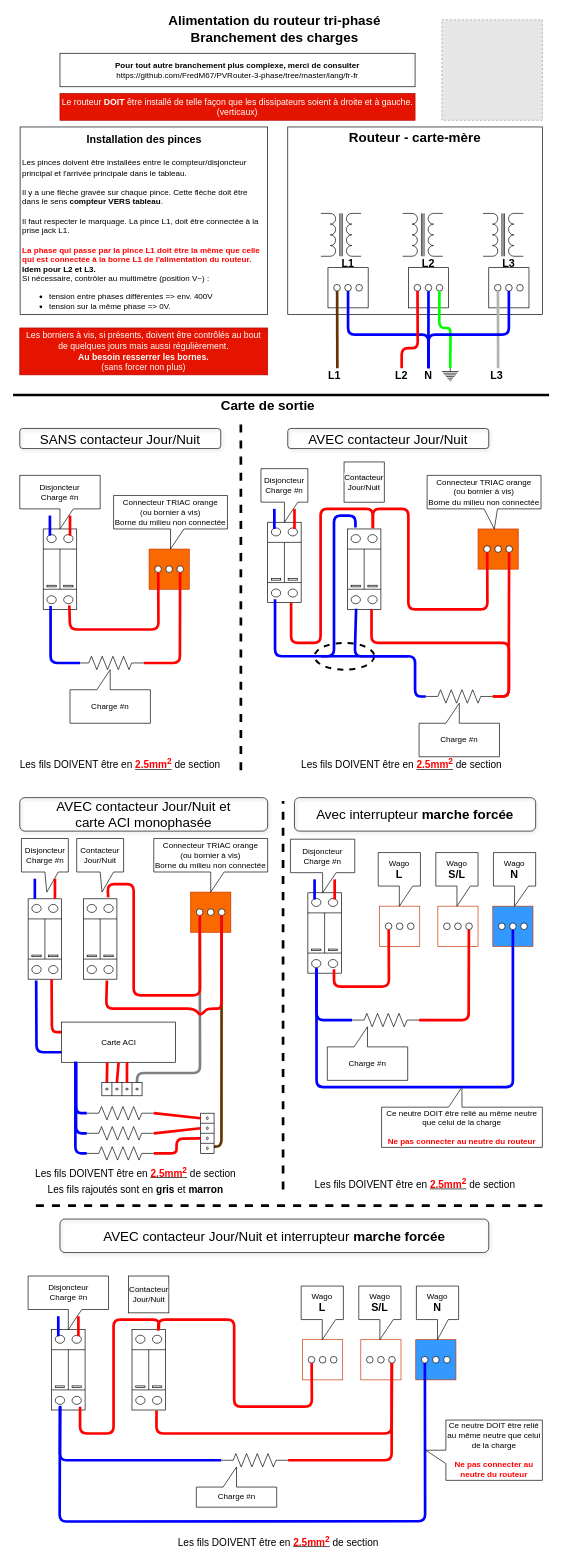
Before: docs/HowToInstall.drawio in FredM67/PVRouter-3-phase, a draw.io diagram. Source tidied: cells renumbered, new cells numbered last; positions are measured from the earlier drawing's top-left corner, leaving out a move shared by most shapes. Both pictures are drawn from the tidied source at 67%, with x=0, y=0 at pixel (13, 11). Pictures stored in the file or linked from it are replaced by grey dashed boxes.
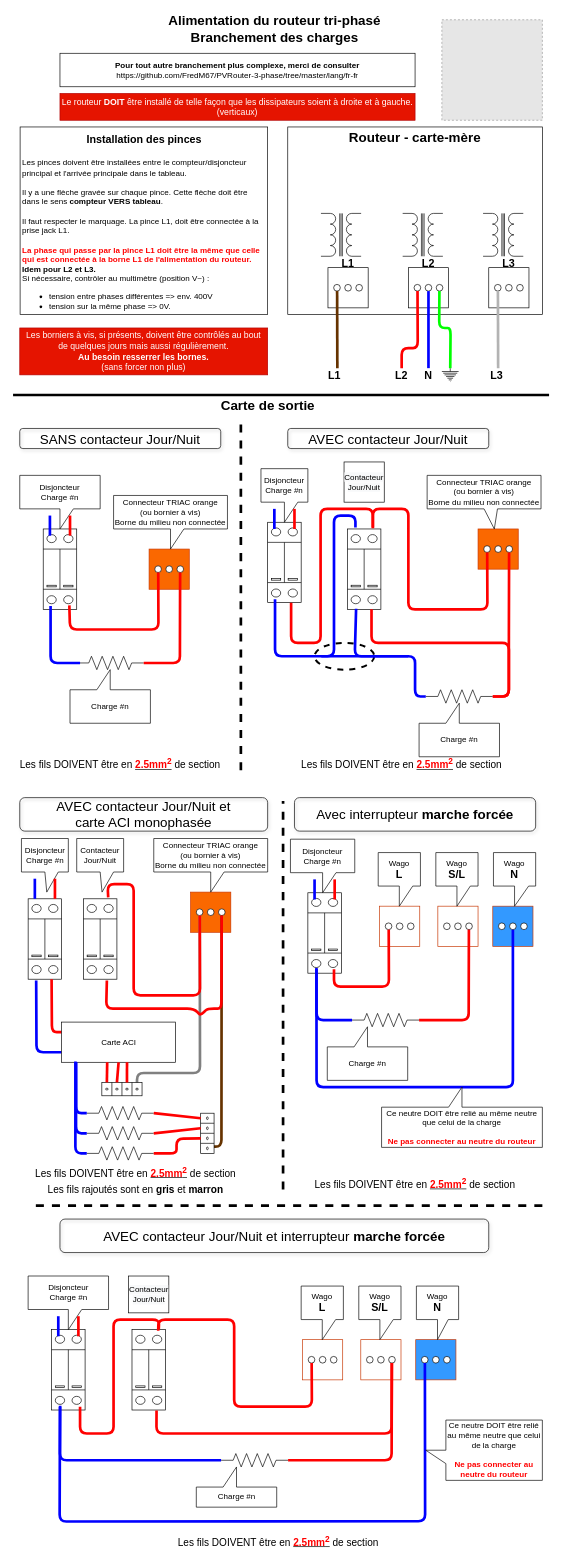
Above is the later version.

The change refers to these unchanged cells:
```xml
<mxCell id="4" style="group;" parent="1" vertex="1">
  <mxGeometry x="410" y="172" width="380" height="380" as="geometry" />
</mxCell>
<mxCell id="7" style="verticalLabelPosition=bottom;shadow=0;dashed=0;align=center;html=1;verticalAlign=top;shape=mxgraph.electrical.transmission.terminal_3_phase;" parent="4" vertex="1">
  <mxGeometry x="308.5" y="235" width="43" height="10" as="geometry" />
</mxCell>
<mxCell id="11" style="verticalLabelPosition=bottom;shadow=0;dashed=0;align=center;html=1;verticalAlign=top;shape=mxgraph.electrical.transmission.terminal_3_phase;" parent="4" vertex="1">
  <mxGeometry x="68.5" y="235" width="43" height="10" as="geometry" />
</mxCell>
<mxCell id="24" value="&lt;b&gt;&lt;font style=&quot;font-size: 16px&quot;&gt;N&lt;/font&gt;&lt;/b&gt;" style="text;html=1;strokeColor=none;fillColor=none;align=center;verticalAlign=middle;whiteSpace=wrap;rounded=0;" parent="4" vertex="1">
  <mxGeometry x="190" y="360" width="40" height="20" as="geometry" />
</mxCell>
```

The edit, as a diff of the source:
```diff
@@
-    <mxCell id="18" style="html=1;entryX=0.5;entryY=1;entryDx=0;entryDy=0;entryPerimeter=0;strokeWidth=4;exitX=0.5;exitY=0;exitDx=0;exitDy=0;strokeColor=#0000FF;endArrow=none;endFill=0;" parent="4" edge="1" source="24" target="11">
-      <mxGeometry relative="1" as="geometry">
-        <Array as="points">
-          <mxPoint x="210" y="310" />
-          <mxPoint x="90" y="310" />
-        </Array>
-      </mxGeometry>
-    </mxCell>
@@
-    <mxCell id="27" style="html=1;entryX=0.5;entryY=1;entryDx=0;entryDy=0;entryPerimeter=0;strokeWidth=4;exitX=0.5;exitY=0;exitDx=0;exitDy=0;strokeColor=#0000FF;endArrow=none;endFill=0;" parent="4" edge="1" source="24" target="7">
-      <mxGeometry relative="1" as="geometry">
-        <Array as="points">
-          <mxPoint x="210" y="310" />
-          <mxPoint x="330" y="310" />
-        </Array>
-      </mxGeometry>
-    </mxCell>
```
